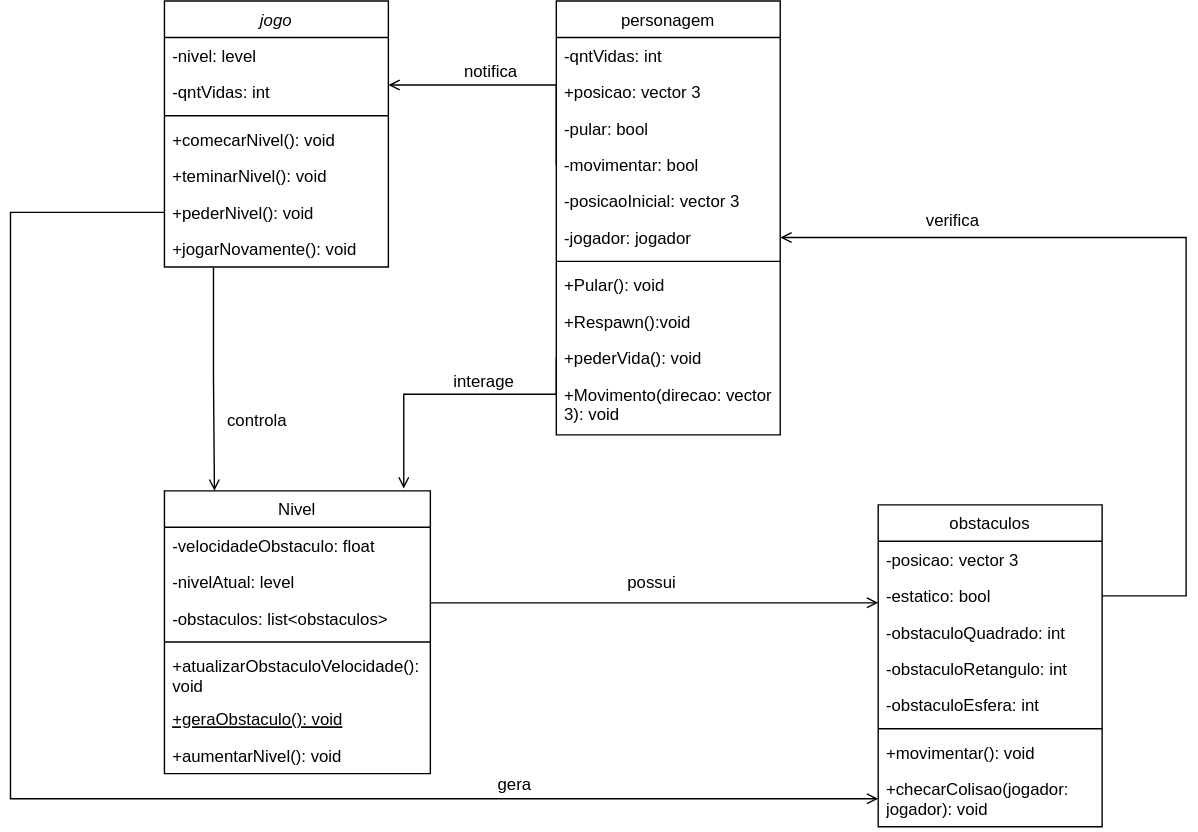
Earlier version of the draw.io export Diagramas/Diagrama de Classe Unity.drawio.svg (KalCastro/Game_Deep). Source tidied: cells renumbered, new cells last; positions are measured from the earlier drawing's top-left corner, leaving out a move shared by most shapes.
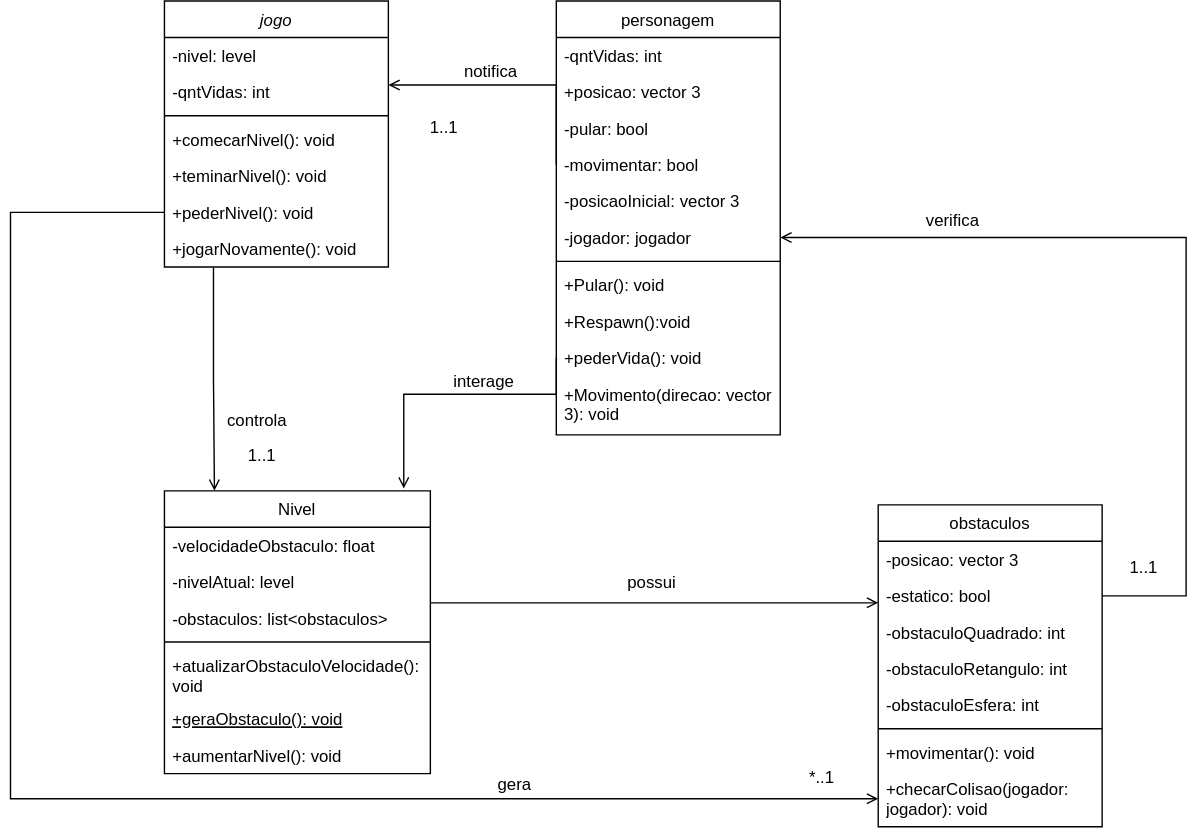
The same file after the commit.

Diff of the diagram source:
```diff
@@ -192,5 +192,17 @@
         <mxPoint x="-82" y="34" as="offset" />
       </mxGeometry>
     </mxCell>
+    <mxCell id="51" value="1..1" style="text;html=1;strokeColor=none;fillColor=none;align=center;verticalAlign=middle;whiteSpace=wrap;rounded=0;" parent="1" vertex="1">
+      <mxGeometry x="280" y="125" width="60" height="30" as="geometry" />
+    </mxCell>
+    <mxCell id="52" value="1..1" style="text;html=1;strokeColor=none;fillColor=none;align=center;verticalAlign=middle;whiteSpace=wrap;rounded=0;" parent="1" vertex="1">
+      <mxGeometry x="150" y="359" width="60" height="30" as="geometry" />
+    </mxCell>
+    <mxCell id="53" value="1..1" style="text;html=1;strokeColor=none;fillColor=none;align=center;verticalAlign=middle;whiteSpace=wrap;rounded=0;" parent="1" vertex="1">
+      <mxGeometry x="780" y="439" width="60" height="30" as="geometry" />
+    </mxCell>
+    <mxCell id="54" value="*..1" style="text;html=1;strokeColor=none;fillColor=none;align=center;verticalAlign=middle;whiteSpace=wrap;rounded=0;" parent="1" vertex="1">
+      <mxGeometry x="550" y="589" width="60" height="30" as="geometry" />
+    </mxCell>
   </root>
 </mxGraphModel>
```
